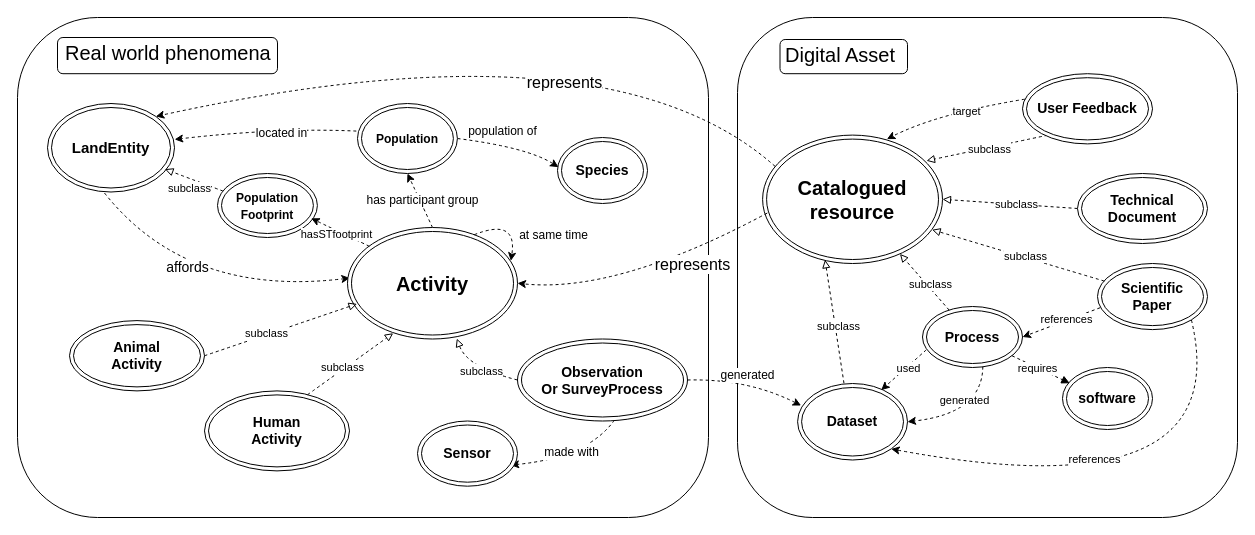
Before: page "Schema principal" (1 of 3) of docs/diagrams/model_KG_article_long.drawio in IntForOut/outdoorPressure, a draw.io diagram. Source tidied: cells renumbered, new cells numbered last; positions are measured from the earlier drawing's top-left corner, leaving out a move shared by most shapes. Both pictures are drawn from the tidied source at 100%, with x=0, y=0 at pixel (17, 17).
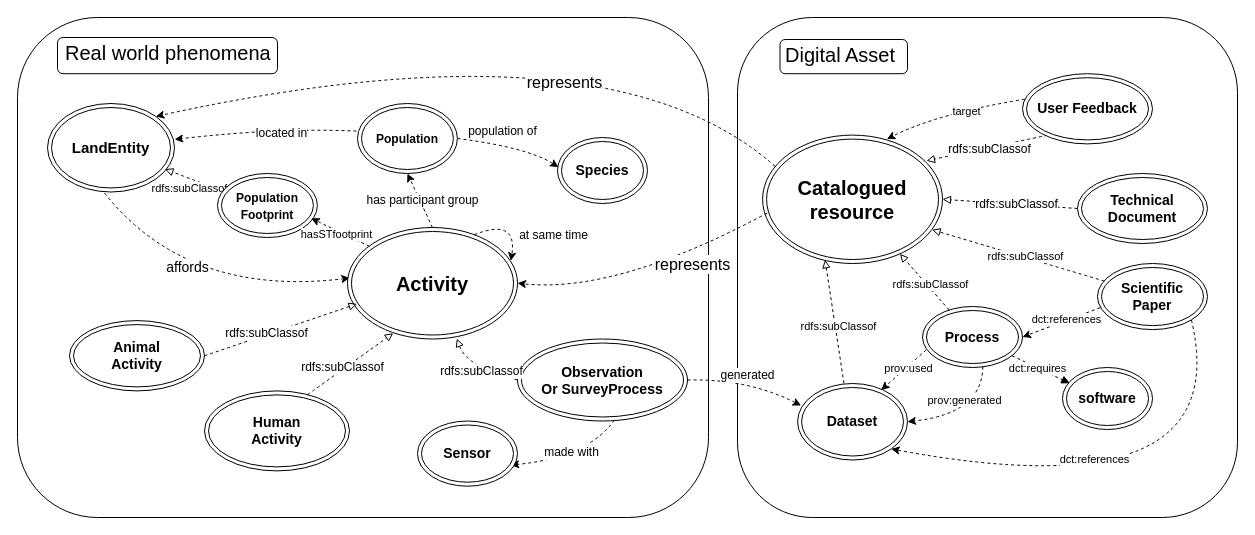
The same diagram, later.

The change refers to these unchanged cells:
```xml
<mxCell id="7" style="edgeStyle=none;html=1;exitX=1;exitY=1;exitDx=0;exitDy=0;entryX=1;entryY=1;entryDx=0;entryDy=0;rounded=0;curved=1;dashed=1;" parent="1" edge="1" source="11" target="25">
  <mxGeometry relative="1" as="geometry">
    <Array as="points">
      <mxPoint x="1220" y="496" />
    </Array>
  </mxGeometry>
</mxCell>
<mxCell id="9" style="edgeStyle=none;html=1;entryX=1;entryY=0.5;entryDx=0;entryDy=0;dashed=1;exitX=0.024;exitY=0.669;exitDx=0;exitDy=0;exitPerimeter=0;" parent="1" edge="1" source="11" target="33">
  <mxGeometry relative="1" as="geometry" />
</mxCell>
<mxCell id="23" style="edgeStyle=none;html=1;entryX=0.347;entryY=0.971;entryDx=0;entryDy=0;dashed=1;rounded=0;curved=0;endArrow=block;endFill=0;entryPerimeter=0;exitX=0.422;exitY=-0.003;exitDx=0;exitDy=0;exitPerimeter=0;" parent="1" edge="1" source="25" target="6">
  <mxGeometry relative="1" as="geometry" />
</mxCell>
<mxCell id="27" style="edgeStyle=none;html=1;dashed=1;endArrow=block;endFill=0;" parent="1" edge="1" source="33" target="6">
  <mxGeometry relative="1" as="geometry" />
</mxCell>
<mxCell id="29" style="edgeStyle=none;html=1;entryX=0.761;entryY=0.086;entryDx=0;entryDy=0;dashed=1;exitX=0.037;exitY=0.712;exitDx=0;exitDy=0;rounded=0;curved=1;entryPerimeter=0;exitPerimeter=0;" parent="1" edge="1" source="33" target="25">
  <mxGeometry relative="1" as="geometry" />
</mxCell>
<mxCell id="31" style="edgeStyle=none;html=1;exitX=0.603;exitY=0.984;exitDx=0;exitDy=0;entryX=1;entryY=0.5;entryDx=0;entryDy=0;rounded=0;curved=1;dashed=1;exitPerimeter=0;" parent="1" edge="1" source="33" target="25">
  <mxGeometry relative="1" as="geometry">
    <Array as="points">
      <mxPoint x="965" y="396" />
    </Array>
  </mxGeometry>
</mxCell>
<mxCell id="35" style="edgeStyle=none;html=1;exitX=1;exitY=0.5;exitDx=0;exitDy=0;entryX=0.056;entryY=0.685;entryDx=0;entryDy=0;dashed=1;rounded=0;curved=1;endArrow=block;endFill=0;entryPerimeter=0;" parent="1" edge="1" source="22" target="21">
  <mxGeometry relative="1" as="geometry" />
</mxCell>
<mxCell id="37" style="edgeStyle=none;html=1;exitX=0.711;exitY=0.047;exitDx=0;exitDy=0;entryX=0.269;entryY=0.948;entryDx=0;entryDy=0;entryPerimeter=0;rounded=0;curved=1;dashed=1;endArrow=block;endFill=0;labelBackgroundColor=default;exitPerimeter=0;" parent="1" edge="1" source="12" target="21">
  <mxGeometry relative="1" as="geometry" />
</mxCell>
<mxCell id="39" style="edgeStyle=none;html=1;entryX=0.643;entryY=0.996;entryDx=0;entryDy=0;rounded=0;curved=1;exitX=0;exitY=0.5;exitDx=0;exitDy=0;endArrow=block;endFill=0;dashed=1;entryPerimeter=0;" parent="1" edge="1" source="15" target="21">
  <mxGeometry relative="1" as="geometry">
    <Array as="points">
      <mxPoint x="450" y="350" />
    </Array>
  </mxGeometry>
</mxCell>
<mxCell id="50" style="edgeStyle=none;html=1;dashed=1;rounded=0;curved=1;entryX=0.911;entryY=0.2;entryDx=0;entryDy=0;exitX=0.191;exitY=0.877;exitDx=0;exitDy=0;exitPerimeter=0;endArrow=block;endFill=0;entryPerimeter=0;" parent="1" edge="1" source="52" target="6">
  <mxGeometry relative="1" as="geometry" />
</mxCell>
<mxCell id="61" style="edgeStyle=none;html=1;entryX=1;entryY=0.5;entryDx=0;entryDy=0;dashed=1;rounded=0;curved=0;exitX=0;exitY=0.5;exitDx=0;exitDy=0;endArrow=block;endFill=0;" parent="1" edge="1" source="63" target="6">
  <mxGeometry relative="1" as="geometry" />
</mxCell>
<mxCell id="66" style="edgeStyle=none;html=1;entryX=0.942;entryY=0.737;entryDx=0;entryDy=0;entryPerimeter=0;rounded=0;curved=1;endArrow=block;endFill=0;dashed=1;exitX=0.062;exitY=0.266;exitDx=0;exitDy=0;exitPerimeter=0;" parent="1" edge="1" source="11" target="6">
  <mxGeometry relative="1" as="geometry" />
</mxCell>
<mxCell id="68" style="edgeStyle=none;html=1;entryX=0.081;entryY=0.254;entryDx=0;entryDy=0;entryPerimeter=0;dashed=1;endArrow=block;endFill=1;" parent="1" edge="1" source="33" target="64">
  <mxGeometry relative="1" as="geometry" />
</mxCell>
<mxCell id="70" style="edgeStyle=none;html=1;rounded=0;curved=1;dashed=1;endArrow=block;endFill=0;exitX=0.056;exitY=0.275;exitDx=0;exitDy=0;entryX=0.925;entryY=0.742;entryDx=0;entryDy=0;entryPerimeter=0;exitPerimeter=0;" parent="1" edge="1" source="72" target="18">
  <mxGeometry relative="1" as="geometry" />
</mxCell>
```

Diff of the diagram source:
```diff
@@
-    <mxCell id="8" value="references" style="edgeLabel;html=1;align=center;verticalAlign=middle;" parent="7" vertex="1">
+    <mxCell id="8" value="dct:references" style="edgeLabel;html=1;align=center;verticalAlign=middle;" parent="7" vertex="1">
       <mxGeometry x="0.27" y="-27" relative="1" as="geometry" />
     </mxCell>
@@
-    <mxCell id="10" value="references" style="edgeLabel;html=1;align=center;verticalAlign=middle;" parent="9" vertex="1">
+    <mxCell id="10" value="dct:references" style="edgeLabel;html=1;align=center;verticalAlign=middle;" parent="9" vertex="1">
       <mxGeometry x="-0.13" y="-2" relative="1" as="geometry" />
     </mxCell>
@@
-    <mxCell id="24" value="&lt;font&gt;subclass&lt;/font&gt;" style="edgeLabel;html=1;align=center;verticalAlign=middle;" parent="23" vertex="1">
+    <mxCell id="24" value="&lt;font&gt;rdfs:subClassof&lt;/font&gt;" style="edgeLabel;html=1;align=center;verticalAlign=middle;" parent="23" vertex="1">
       <mxGeometry x="0.06" y="-4" relative="1" as="geometry">
         <mxPoint y="9" as="offset" />
       </mxGeometry>
     </mxCell>
@@
-    <mxCell id="28" value="&lt;font&gt;subclass&lt;/font&gt;" style="edgeLabel;html=1;align=center;verticalAlign=middle;" parent="27" vertex="1">
+    <mxCell id="28" value="&lt;font&gt;rdfs:subClassof&lt;/font&gt;" style="edgeLabel;html=1;align=center;verticalAlign=middle;" parent="27" vertex="1">
       <mxGeometry x="0.09" y="2" relative="1" as="geometry">
         <mxPoint x="9" y="3" as="offset" />
       </mxGeometry>
     </mxCell>
@@
-    <mxCell id="30" value="used" style="edgeLabel;html=1;align=center;verticalAlign=middle;" parent="29" vertex="1">
+    <mxCell id="30" value="prov:used" style="edgeLabel;html=1;align=center;verticalAlign=middle;" parent="29" vertex="1">
       <mxGeometry x="0.06" y="1" relative="1" as="geometry">
         <mxPoint x="5" y="-4" as="offset" />
       </mxGeometry>
     </mxCell>
@@
-    <mxCell id="32" value="generated" style="edgeLabel;html=1;align=center;verticalAlign=middle;" parent="31" vertex="1">
+    <mxCell id="32" value="prov:generated" style="edgeLabel;html=1;align=center;verticalAlign=middle;" parent="31" vertex="1">
       <mxGeometry x="0.06" y="-9" relative="1" as="geometry">
         <mxPoint y="-7" as="offset" />
       </mxGeometry>
     </mxCell>
@@
-    <mxCell id="36" value="&lt;font style=&quot;font-size: 11px;&quot;&gt;subclass&lt;/font&gt;" style="edgeLabel;html=1;align=center;verticalAlign=middle;fontSize=12;" parent="35" vertex="1">
+    <mxCell id="36" value="&lt;font&gt;rdfs:subClassof&lt;/font&gt;" style="edgeLabel;html=1;align=center;verticalAlign=middle;fontSize=12;" parent="35" vertex="1">
       <mxGeometry x="-0.36" y="4" relative="1" as="geometry">
         <mxPoint x="14" y="-2" as="offset" />
       </mxGeometry>
     </mxCell>
@@
-    <mxCell id="38" value="&lt;font style=&quot;font-size: 11px;&quot;&gt;subclass&lt;/font&gt;" style="edgeLabel;html=1;align=center;verticalAlign=middle;fontSize=12;" parent="37" vertex="1">
+    <mxCell id="38" value="&lt;font&gt;rdfs:subClassof&lt;/font&gt;" style="edgeLabel;html=1;align=center;verticalAlign=middle;fontSize=12;" parent="37" vertex="1">
       <mxGeometry x="-0.3" y="4" relative="1" as="geometry">
         <mxPoint x="7" y="-3" as="offset" />
       </mxGeometry>
     </mxCell>
@@
-    <mxCell id="40" value="&lt;font style=&quot;font-size: 11px;&quot;&gt;subclass&lt;/font&gt;" style="edgeLabel;html=1;align=center;verticalAlign=middle;fontSize=12;" parent="39" vertex="1">
+    <mxCell id="40" value="&lt;font&gt;rdfs:subClassof&lt;/font&gt;" style="edgeLabel;html=1;align=center;verticalAlign=middle;fontSize=12;" parent="39" vertex="1">
       <mxGeometry x="-0.03" y="-5" relative="1" as="geometry">
         <mxPoint x="1" y="6" as="offset" />
       </mxGeometry>
     </mxCell>
@@
-    <mxCell id="51" value="&lt;font style=&quot;font-size: 11px;&quot;&gt;subclass&lt;/font&gt;" style="edgeLabel;html=1;align=center;verticalAlign=middle;fontSize=12;" parent="50" vertex="1">
+    <mxCell id="51" value="&lt;font&gt;rdfs:subClassof&lt;/font&gt;" style="edgeLabel;html=1;align=center;verticalAlign=middle;fontSize=12;" parent="50" vertex="1">
       <mxGeometry x="0.06" y="6" relative="1" as="geometry">
         <mxPoint x="4" y="-6" as="offset" />
       </mxGeometry>
     </mxCell>
@@
-    <mxCell id="62" value="&lt;font style=&quot;font-size: 11px;&quot;&gt;subclass&lt;/font&gt;" style="edgeLabel;html=1;align=center;verticalAlign=middle;fontSize=12;" parent="61" vertex="1">
+    <mxCell id="62" value="&lt;font&gt;rdfs:subClassof&lt;/font&gt;" style="edgeLabel;html=1;align=center;verticalAlign=middle;fontSize=12;" parent="61" vertex="1">
       <mxGeometry y="13" relative="1" as="geometry">
         <mxPoint x="7" y="-13" as="offset" />
       </mxGeometry>
     </mxCell>
@@
-    <mxCell id="67" value="subclass" style="edgeLabel;html=1;align=center;verticalAlign=middle;" parent="66" vertex="1">
+    <mxCell id="67" value="&lt;font&gt;rdfs:subClassof&lt;/font&gt;" style="edgeLabel;html=1;align=center;verticalAlign=middle;" parent="66" vertex="1">
       <mxGeometry x="-0.08" y="-1" relative="1" as="geometry" />
     </mxCell>
@@
-    <mxCell id="69" value="requires" style="edgeLabel;html=1;align=center;verticalAlign=middle;" parent="68" vertex="1">
+    <mxCell id="69" value="dct:requires" style="edgeLabel;html=1;align=center;verticalAlign=middle;" parent="68" vertex="1">
       <mxGeometry x="-0.4" y="-1" relative="1" as="geometry">
         <mxPoint x="8" y="3" as="offset" />
       </mxGeometry>
     </mxCell>
@@
-    <mxCell id="71" value="subclass" style="edgeLabel;html=1;align=center;verticalAlign=middle;" parent="70" vertex="1">
+    <mxCell id="71" value="&lt;font&gt;rdfs:subClassof&lt;/font&gt;" style="edgeLabel;html=1;align=center;verticalAlign=middle;" parent="70" vertex="1">
       <mxGeometry x="0.03" y="2" relative="1" as="geometry">
         <mxPoint x="-3" y="6" as="offset" />
       </mxGeometry>
     </mxCell>
```
